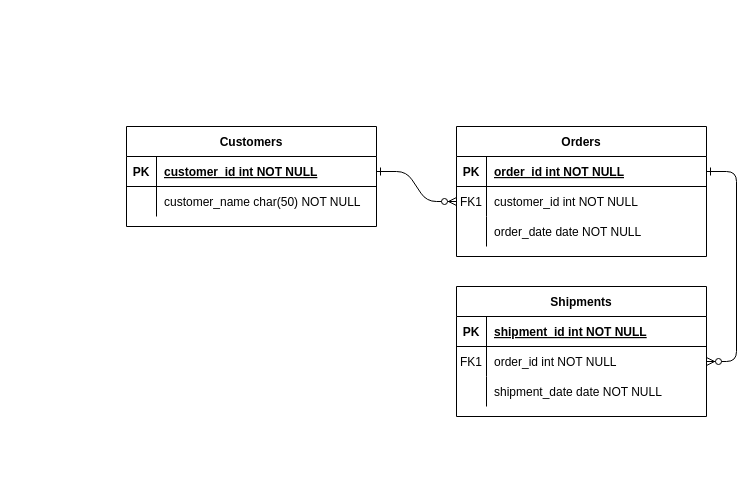
efeldenkrais/Ethan keeps this draw.io diagram as Untitled Diagram.drawio. Above is the earlier version. Source tidied: cells renumbered, new cells numbered last; positions are measured from the earlier drawing's top-left corner, leaving out a move shared by most shapes. Both pictures are drawn from the tidied source at 100%, with x=0, y=0 at pixel (126, 126).
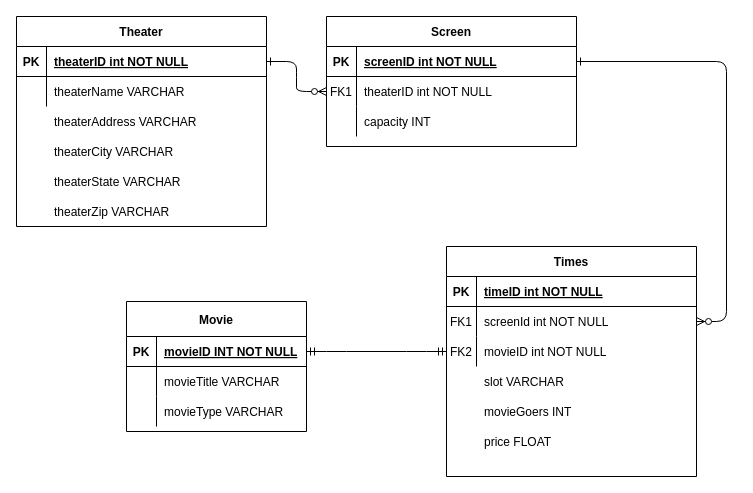
Above is the later version.

Unchanged cells that the change refers to:
```xml
<mxCell id="5" style="shape=partialRectangle;fillColor=none;points=[[0,0.5],[1,0.5]];portConstraint=eastwest;top=0;left=0;right=0;bottom=1;" parent="4" vertex="1">
  <mxGeometry y="30" width="250" height="30" as="geometry" />
</mxCell>
<mxCell id="8" style="shape=partialRectangle;fillColor=none;points=[[0,0.5],[1,0.5]];portConstraint=eastwest;top=0;left=0;right=0;bottom=0;" parent="4" vertex="1">
  <mxGeometry y="60" width="250" height="30" as="geometry" />
</mxCell>
<mxCell id="11" style="shape=partialRectangle;fillColor=none;top=0;left=0;right=0;bottom=0;" parent="4" vertex="1">
  <mxGeometry y="90" width="250" height="30" as="geometry" />
</mxCell>
<mxCell id="15" style="shape=partialRectangle;fillColor=none;top=0;left=0;right=0;bottom=1;" parent="14" vertex="1">
  <mxGeometry y="30" width="250" height="30" as="geometry" />
</mxCell>
<mxCell id="18" style="shape=partialRectangle;fillColor=none;points=[[0,0.5],[1,0.5]];portConstraint=eastwest;top=0;left=0;right=0;bottom=0;" parent="14" vertex="1">
  <mxGeometry y="60" width="250" height="30" as="geometry" />
</mxCell>
<mxCell id="21" style="shape=partialRectangle;fillColor=none;top=0;left=0;right=0;bottom=0;" parent="14" vertex="1">
  <mxGeometry y="90" width="250" height="30" as="geometry" />
</mxCell>
<mxCell id="25" style="shape=partialRectangle;fillColor=none;points=[[0,0.5],[1,0.5]];portConstraint=eastwest;top=0;left=0;right=0;bottom=1;" parent="24" vertex="1">
  <mxGeometry y="30" width="250" height="30" as="geometry" />
</mxCell>
<mxCell id="28" style="shape=partialRectangle;fillColor=none;top=0;left=0;right=0;bottom=0;" parent="24" vertex="1">
  <mxGeometry y="60" width="250" height="30" as="geometry" />
</mxCell>
```

The edit, as a diff of the source:
```diff
@@
-    <mxCell id="4" value="Orders" style="shape=table;startSize=30;childLayout=tableLayout;rowLines=0;fontStyle=1;align=center;" parent="1" vertex="1">
-      <mxGeometry x="330" width="250" height="130" as="geometry" />
+    <mxCell id="4" value="Screen" style="shape=table;startSize=30;childLayout=tableLayout;rowLines=0;fontStyle=1;align=center;" parent="1" vertex="1">
+      <mxGeometry x="200" y="-110" width="250" height="130" as="geometry" />
     </mxCell>
@@
-    <mxCell id="7" value="order_id int NOT NULL " style="shape=partialRectangle;overflow=hidden;fillColor=none;top=0;left=0;bottom=0;right=0;align=left;spacingLeft=6;fontStyle=5;" parent="5" vertex="1">
+    <mxCell id="7" value="screenID int NOT NULL " style="shape=partialRectangle;overflow=hidden;fillColor=none;top=0;left=0;bottom=0;right=0;align=left;spacingLeft=6;fontStyle=5;" parent="5" vertex="1">
       <mxGeometry x="30" width="220" height="30" as="geometry" />
     </mxCell>
@@
-    <mxCell id="10" value="customer_id int NOT NULL" style="shape=partialRectangle;overflow=hidden;fillColor=none;top=0;left=0;bottom=0;right=0;align=left;spacingLeft=6;" parent="8" vertex="1">
+    <mxCell id="10" value="theaterID int NOT NULL" style="shape=partialRectangle;overflow=hidden;fillColor=none;top=0;left=0;bottom=0;right=0;align=left;spacingLeft=6;" parent="8" vertex="1">
       <mxGeometry x="30" width="220" height="30" as="geometry" />
     </mxCell>
@@
-    <mxCell id="13" value="order_date date NOT NULL" style="shape=partialRectangle;overflow=hidden;fillColor=none;top=0;left=0;bottom=0;right=0;align=left;spacingLeft=6;" parent="11" vertex="1">
+    <mxCell id="13" value="capacity INT" style="shape=partialRectangle;overflow=hidden;fillColor=none;top=0;left=0;bottom=0;right=0;align=left;spacingLeft=6;" parent="11" vertex="1">
       <mxGeometry x="30" width="220" height="30" as="geometry" />
     </mxCell>
-    <mxCell id="14" value="Shipments" style="shape=table;startSize=30;childLayout=tableLayout;rowLines=0;fontStyle=1;align=center;" parent="1" vertex="1">
-      <mxGeometry x="330" y="160" width="250" height="130" as="geometry" />
+    <mxCell id="14" value="Times" style="shape=table;startSize=30;childLayout=tableLayout;rowLines=0;fontStyle=1;align=center;" parent="1" vertex="1">
+      <mxGeometry x="320" y="120" width="250" height="230" as="geometry" />
     </mxCell>
@@
-    <mxCell id="17" value="shipment_id int NOT NULL " style="shape=partialRectangle;overflow=hidden;fillColor=none;top=0;left=0;bottom=0;right=0;align=left;spacingLeft=6;fontStyle=5;" parent="15" vertex="1">
+    <mxCell id="17" value="timeID int NOT NULL " style="shape=partialRectangle;overflow=hidden;fillColor=none;top=0;left=0;bottom=0;right=0;align=left;spacingLeft=6;fontStyle=5;" parent="15" vertex="1">
       <mxGeometry x="30" width="220" height="30" as="geometry" />
     </mxCell>
@@
-    <mxCell id="20" value="order_id int NOT NULL" style="shape=partialRectangle;overflow=hidden;fillColor=none;top=0;left=0;bottom=0;right=0;align=left;spacingLeft=6;" parent="18" vertex="1">
+    <mxCell id="20" value="screenId int NOT NULL" style="shape=partialRectangle;overflow=hidden;fillColor=none;top=0;left=0;bottom=0;right=0;align=left;spacingLeft=6;" parent="18" vertex="1">
       <mxGeometry x="30" width="220" height="30" as="geometry" />
     </mxCell>
@@
-    <mxCell id="23" value="shipment_date date NOT NULL" style="shape=partialRectangle;overflow=hidden;fillColor=none;top=0;left=0;bottom=0;right=0;align=left;spacingLeft=6;" parent="21" vertex="1">
+    <mxCell id="23" style="shape=partialRectangle;overflow=hidden;fillColor=none;top=0;left=0;bottom=0;right=0;align=left;spacingLeft=6;" parent="21" vertex="1">
       <mxGeometry x="30" width="220" height="30" as="geometry" />
     </mxCell>
-    <mxCell id="24" value="Customers" style="shape=table;startSize=30;childLayout=tableLayout;rowLines=0;fontStyle=1;align=center;" parent="1" vertex="1">
-      <mxGeometry width="250" height="100" as="geometry" />
+    <mxCell id="24" value="Theater" style="shape=table;startSize=30;childLayout=tableLayout;rowLines=0;fontStyle=1;align=center;" parent="1" vertex="1">
+      <mxGeometry x="-110" y="-110" width="250" height="210" as="geometry" />
     </mxCell>
@@
-    <mxCell id="27" value="customer_id int NOT NULL " style="shape=partialRectangle;overflow=hidden;fillColor=none;top=0;left=0;bottom=0;right=0;align=left;spacingLeft=6;fontStyle=5;" parent="25" vertex="1">
+    <mxCell id="27" value="theaterID int NOT NULL " style="shape=partialRectangle;overflow=hidden;fillColor=none;top=0;left=0;bottom=0;right=0;align=left;spacingLeft=6;fontStyle=5;" parent="25" vertex="1">
       <mxGeometry x="30" width="220" height="30" as="geometry" />
     </mxCell>
@@
-    <mxCell id="30" value="customer_name char(50) NOT NULL" style="shape=partialRectangle;overflow=hidden;fillColor=none;top=0;left=0;bottom=0;right=0;align=left;spacingLeft=6;" parent="28" vertex="1">
+    <mxCell id="30" value="theaterName VARCHAR" style="shape=partialRectangle;overflow=hidden;fillColor=none;top=0;left=0;bottom=0;right=0;align=left;spacingLeft=6;" parent="28" vertex="1">
       <mxGeometry x="30" width="220" height="30" as="geometry" />
     </mxCell>
+    <mxCell id="31" style="shape=partialRectangle;fillColor=none;top=0;left=0;right=0;bottom=0;" parent="1" vertex="1">
+      <mxGeometry x="-110" y="-20" width="250" height="30" as="geometry" />
+    </mxCell>
+    <mxCell id="32" style="shape=partialRectangle;overflow=hidden;fillColor=none;top=0;left=0;bottom=0;right=0;" parent="31" vertex="1">
+      <mxGeometry width="30" height="30" as="geometry" />
+    </mxCell>
+    <mxCell id="33" value="theaterAddress VARCHAR" style="shape=partialRectangle;overflow=hidden;fillColor=none;top=0;left=0;bottom=0;right=0;align=left;spacingLeft=6;" parent="31" vertex="1">
+      <mxGeometry x="30" width="220" height="30" as="geometry" />
+    </mxCell>
+    <mxCell id="34" style="shape=partialRectangle;fillColor=none;top=0;left=0;right=0;bottom=0;" parent="1" vertex="1">
+      <mxGeometry x="-90" y="20" width="250" height="30" as="geometry" />
+    </mxCell>
+    <mxCell id="35" style="shape=partialRectangle;overflow=hidden;fillColor=none;top=0;left=0;bottom=0;right=0;" parent="34" vertex="1">
+      <mxGeometry width="30" height="30" as="geometry" />
+    </mxCell>
+    <mxCell id="36" value="theaterCity VARCHAR" style="shape=partialRectangle;overflow=hidden;fillColor=none;top=0;left=0;bottom=0;right=0;align=left;spacingLeft=6;" parent="34" vertex="1">
+      <mxGeometry x="10" y="-10" width="220" height="30" as="geometry" />
+    </mxCell>
+    <mxCell id="37" style="shape=partialRectangle;fillColor=none;top=0;left=0;right=0;bottom=0;" parent="1" vertex="1">
+      <mxGeometry x="-110" y="40" width="250" height="30" as="geometry" />
+    </mxCell>
+    <mxCell id="38" style="shape=partialRectangle;overflow=hidden;fillColor=none;top=0;left=0;bottom=0;right=0;" parent="37" vertex="1">
+      <mxGeometry width="30" height="30" as="geometry" />
+    </mxCell>
+    <mxCell id="39" value="theaterState VARCHAR" style="shape=partialRectangle;overflow=hidden;fillColor=none;top=0;left=0;bottom=0;right=0;align=left;spacingLeft=6;" parent="37" vertex="1">
+      <mxGeometry x="30" width="220" height="30" as="geometry" />
+    </mxCell>
+    <mxCell id="40" style="shape=partialRectangle;fillColor=none;top=0;left=0;right=0;bottom=0;" parent="1" vertex="1">
+      <mxGeometry x="-110" y="70" width="250" height="30" as="geometry" />
+    </mxCell>
+    <mxCell id="41" style="shape=partialRectangle;overflow=hidden;fillColor=none;top=0;left=0;bottom=0;right=0;" parent="40" vertex="1">
+      <mxGeometry width="30" height="30" as="geometry" />
+    </mxCell>
+    <mxCell id="42" value="theaterZip VARCHAR" style="shape=partialRectangle;overflow=hidden;fillColor=none;top=0;left=0;bottom=0;right=0;align=left;spacingLeft=6;" parent="40" vertex="1">
+      <mxGeometry x="30" width="220" height="30" as="geometry" />
+    </mxCell>
+    <mxCell id="43" style="shape=partialRectangle;fillColor=none;points=[[0,0.5],[1,0.5]];portConstraint=eastwest;top=0;left=0;right=0;bottom=0;" parent="1" vertex="1">
+      <mxGeometry x="320" y="210" width="250" height="30" as="geometry" />
+    </mxCell>
+    <mxCell id="44" value="FK2" style="shape=partialRectangle;overflow=hidden;fillColor=none;top=0;left=0;bottom=0;right=0;" parent="43" vertex="1">
+      <mxGeometry width="30" height="30" as="geometry" />
+    </mxCell>
+    <mxCell id="45" value="movieID int NOT NULL" style="shape=partialRectangle;overflow=hidden;fillColor=none;top=0;left=0;bottom=0;right=0;align=left;spacingLeft=6;" parent="43" vertex="1">
+      <mxGeometry x="30" width="220" height="30" as="geometry" />
+    </mxCell>
+    <mxCell id="46" style="shape=partialRectangle;fillColor=none;top=0;left=0;right=0;bottom=0;" parent="1" vertex="1">
+      <mxGeometry x="320" y="240" width="250" height="30" as="geometry" />
+    </mxCell>
+    <mxCell id="47" style="shape=partialRectangle;overflow=hidden;fillColor=none;top=0;left=0;bottom=0;right=0;" parent="46" vertex="1">
+      <mxGeometry width="30" height="30" as="geometry" />
+    </mxCell>
+    <mxCell id="48" value="slot VARCHAR" style="shape=partialRectangle;overflow=hidden;fillColor=none;top=0;left=0;bottom=0;right=0;align=left;spacingLeft=6;" parent="46" vertex="1">
+      <mxGeometry x="30" width="220" height="30" as="geometry" />
+    </mxCell>
+    <mxCell id="49" style="shape=partialRectangle;fillColor=none;top=0;left=0;right=0;bottom=0;" parent="1" vertex="1">
+      <mxGeometry x="320" y="270" width="250" height="30" as="geometry" />
+    </mxCell>
+    <mxCell id="50" style="shape=partialRectangle;overflow=hidden;fillColor=none;top=0;left=0;bottom=0;right=0;" parent="49" vertex="1">
+      <mxGeometry width="30" height="30" as="geometry" />
+    </mxCell>
+    <mxCell id="51" value="movieGoers INT" style="shape=partialRectangle;overflow=hidden;fillColor=none;top=0;left=0;bottom=0;right=0;align=left;spacingLeft=6;" parent="49" vertex="1">
+      <mxGeometry x="30" width="220" height="30" as="geometry" />
+    </mxCell>
+    <mxCell id="52" style="shape=partialRectangle;fillColor=none;top=0;left=0;right=0;bottom=0;" parent="1" vertex="1">
+      <mxGeometry x="320" y="300" width="250" height="30" as="geometry" />
+    </mxCell>
+    <mxCell id="53" style="shape=partialRectangle;overflow=hidden;fillColor=none;top=0;left=0;bottom=0;right=0;" parent="52" vertex="1">
+      <mxGeometry width="30" height="30" as="geometry" />
+    </mxCell>
+    <mxCell id="54" value="price FLOAT" style="shape=partialRectangle;overflow=hidden;fillColor=none;top=0;left=0;bottom=0;right=0;align=left;spacingLeft=6;" parent="52" vertex="1">
+      <mxGeometry x="30" width="220" height="30" as="geometry" />
+    </mxCell>
+    <mxCell id="55" value="Movie" style="shape=table;startSize=35;childLayout=tableLayout;rowLines=0;fontStyle=1;align=center;" parent="1" vertex="1">
+      <mxGeometry y="175" width="180" height="130" as="geometry" />
+    </mxCell>
+    <mxCell id="56" style="shape=partialRectangle;fillColor=none;top=0;left=0;bottom=1;right=0;points=[[0,0.5],[1,0.5]];portConstraint=eastwest;" parent="55" vertex="1">
+      <mxGeometry y="35" width="180" height="30" as="geometry" />
+    </mxCell>
+    <mxCell id="57" value="PK" style="shape=partialRectangle;fillColor=none;top=0;left=0;bottom=0;right=0;fontStyle=1;overflow=hidden;" parent="56" vertex="1">
+      <mxGeometry width="30" height="30" as="geometry" />
+    </mxCell>
+    <mxCell id="58" value="movieID INT NOT NULL" style="shape=partialRectangle;fillColor=none;top=0;left=0;bottom=0;right=0;align=left;spacingLeft=6;fontStyle=5;overflow=hidden;" parent="56" vertex="1">
+      <mxGeometry x="30" width="150" height="30" as="geometry" />
+    </mxCell>
+    <mxCell id="59" style="shape=partialRectangle;fillColor=none;top=0;left=0;bottom=0;right=0;" parent="55" vertex="1">
+      <mxGeometry y="65" width="180" height="30" as="geometry" />
+    </mxCell>
+    <mxCell id="60" style="shape=partialRectangle;fillColor=none;top=0;left=0;bottom=0;right=0;overflow=hidden;" parent="59" vertex="1">
+      <mxGeometry width="30" height="30" as="geometry" />
+    </mxCell>
+    <mxCell id="61" value="movieTitle VARCHAR" style="shape=partialRectangle;fillColor=none;top=0;left=0;bottom=0;right=0;align=left;spacingLeft=6;overflow=hidden;" parent="59" vertex="1">
+      <mxGeometry x="30" width="150" height="30" as="geometry" />
+    </mxCell>
+    <mxCell id="62" style="shape=partialRectangle;fillColor=none;top=0;left=0;bottom=0;right=0;" parent="55" vertex="1">
+      <mxGeometry y="95" width="180" height="30" as="geometry" />
+    </mxCell>
+    <mxCell id="63" style="shape=partialRectangle;fillColor=none;top=0;left=0;bottom=0;right=0;overflow=hidden;" parent="62" vertex="1">
+      <mxGeometry width="30" height="30" as="geometry" />
+    </mxCell>
+    <mxCell id="64" value="movieType VARCHAR" style="shape=partialRectangle;fillColor=none;top=0;left=0;bottom=0;right=0;align=left;spacingLeft=6;overflow=hidden;" parent="62" vertex="1">
+      <mxGeometry x="30" width="150" height="30" as="geometry" />
+    </mxCell>
+    <mxCell id="65" style="edgeStyle=entityRelationEdgeStyle;fontSize=12;html=1;endArrow=ERmandOne;startArrow=ERmandOne;exitX=1;exitY=0.5;exitDx=0;exitDy=0;entryX=0;entryY=0.5;entryDx=0;entryDy=0;" parent="1" edge="1" source="56" target="43">
+      <mxGeometry relative="1" as="geometry" />
+    </mxCell>
```
